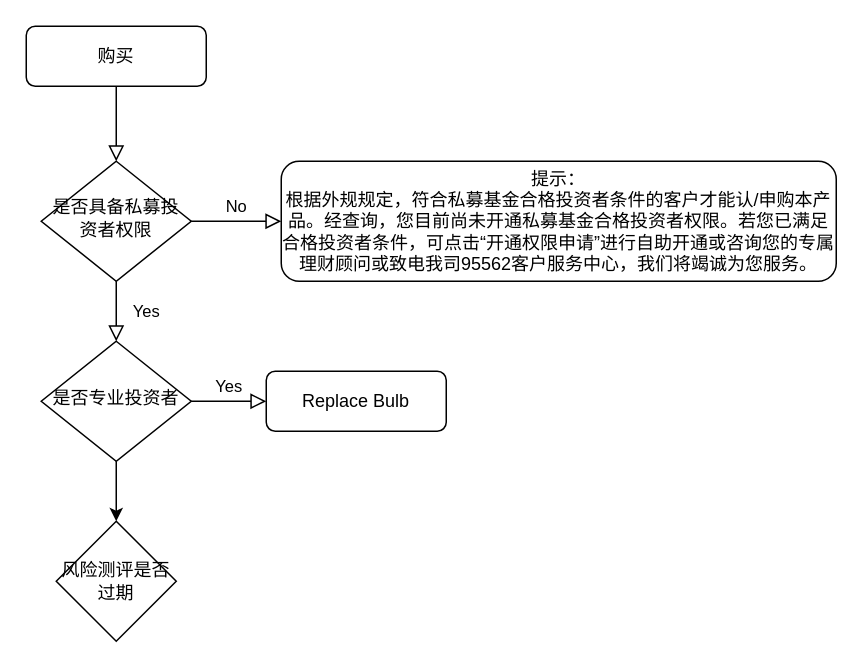
feiniao111/gallery keeps this draw.io diagram as 未命名绘图.drawio. Above is the earlier version. Source tidied: cells renumbered, new cells numbered last; positions are measured from the earlier drawing's top-left corner, leaving out a move shared by most shapes. Both pictures are drawn from the tidied source at 150%, with x=0, y=0 at pixel (26, 26).
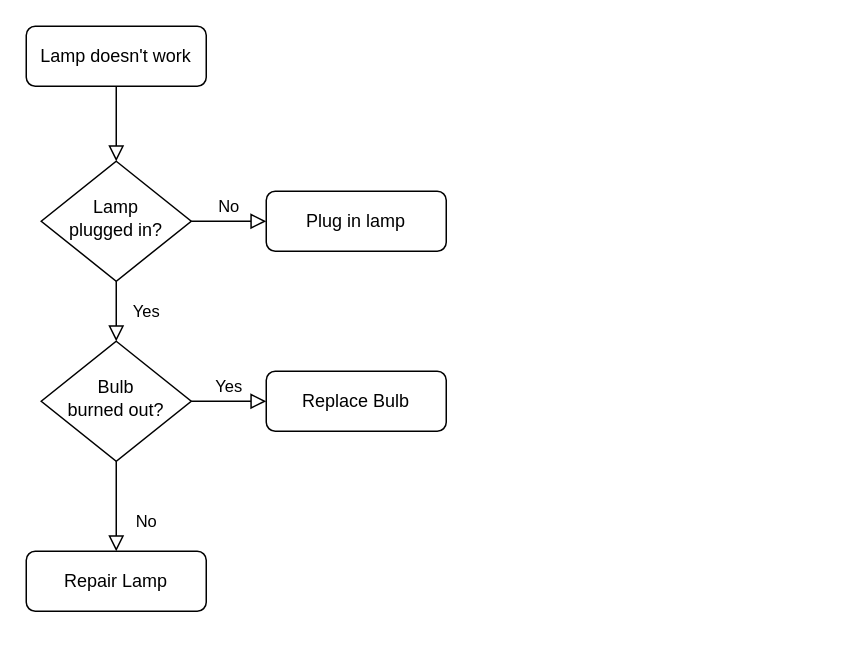
Above is the later version.

Commit message:
html文件请求流程.drawio

What changed in the source:
```diff
@@
 <mxGraphModel>
   <root>
     <mxCell id="0" />
     <mxCell id="1" parent="0" />
     <mxCell id="2" style="rounded=0;html=1;jettySize=auto;fontSize=11;endArrow=block;endFill=0;endSize=8;strokeWidth=1;shadow=0;labelBackgroundColor=none;edgeStyle=orthogonalEdgeStyle;" parent="1" edge="1" source="3" target="6">
       <mxGeometry relative="1" as="geometry" />
     </mxCell>
-    <mxCell id="3" value="购买" style="rounded=1;whiteSpace=wrap;html=1;fontSize=12;glass=0;strokeWidth=1;shadow=0;" parent="1" vertex="1">
+    <mxCell id="3" value="Lamp doesn't work" style="rounded=1;whiteSpace=wrap;html=1;fontSize=12;glass=0;strokeWidth=1;shadow=0;" parent="1" vertex="1">
       <mxGeometry width="120" height="40" as="geometry" />
     </mxCell>
     <mxCell id="4" value="Yes" style="rounded=0;html=1;jettySize=auto;fontSize=11;endArrow=block;endFill=0;endSize=8;strokeWidth=1;shadow=0;labelBackgroundColor=none;edgeStyle=orthogonalEdgeStyle;" parent="1" edge="1" source="6" target="10">
       <mxGeometry y="20" relative="1" as="geometry" />
     </mxCell>
     <mxCell id="5" value="No" style="edgeStyle=orthogonalEdgeStyle;rounded=0;html=1;jettySize=auto;fontSize=11;endArrow=block;endFill=0;endSize=8;strokeWidth=1;shadow=0;labelBackgroundColor=none;" parent="1" edge="1" source="6" target="7">
       <mxGeometry y="10" relative="1" as="geometry" />
     </mxCell>
-    <mxCell id="6" value="是否具备私募投资者权限" style="rhombus;whiteSpace=wrap;html=1;shadow=0;fontFamily=Helvetica;fontSize=12;align=center;strokeWidth=1;spacing=6;spacingTop=-4;" parent="1" vertex="1">
+    <mxCell id="6" value="Lamp&lt;br&gt;plugged in?" style="rhombus;whiteSpace=wrap;html=1;shadow=0;fontFamily=Helvetica;fontSize=12;align=center;strokeWidth=1;spacing=6;spacingTop=-4;" parent="1" vertex="1">
       <mxGeometry x="10" y="90" width="100" height="80" as="geometry" />
     </mxCell>
-    <mxCell id="7" value="提示：&lt;br&gt;根据外规规定，符合私募基金合格投资者条件的客户才能认/申购本产品。经查询，您目前尚未开通私募基金合格投资者权限。若您已满足合格投资者条件，可点击“开通权限申请”进行自助开通或咨询您的专属理财顾问或致电我司95562客户服务中心，我们将竭诚为您服务。" style="rounded=1;whiteSpace=wrap;html=1;fontSize=12;glass=0;strokeWidth=1;shadow=0;" parent="1" vertex="1">
-      <mxGeometry x="170" y="90" width="370" height="80" as="geometry" />
+    <mxCell id="7" value="Plug in lamp" style="rounded=1;whiteSpace=wrap;html=1;fontSize=12;glass=0;strokeWidth=1;shadow=0;" parent="1" vertex="1">
+      <mxGeometry x="160" y="110" width="120" height="40" as="geometry" />
     </mxCell>
+    <mxCell id="13" value="No" style="rounded=0;html=1;jettySize=auto;fontSize=11;endArrow=block;endFill=0;endSize=8;strokeWidth=1;shadow=0;labelBackgroundColor=none;edgeStyle=orthogonalEdgeStyle;" parent="1" edge="1" source="10" target="14">
+      <mxGeometry x="0.33" y="20" relative="1" as="geometry" />
+    </mxCell>
     <mxCell id="8" value="Yes" style="edgeStyle=orthogonalEdgeStyle;rounded=0;html=1;jettySize=auto;fontSize=11;endArrow=block;endFill=0;endSize=8;strokeWidth=1;shadow=0;labelBackgroundColor=none;" parent="1" edge="1" source="10" target="11">
       <mxGeometry y="10" relative="1" as="geometry" />
     </mxCell>
-    <mxCell id="9" style="edgeStyle=orthogonalEdgeStyle;rounded=0;jettySize=auto;html=1;" parent="1" edge="1" source="10" target="12">
-      <mxGeometry relative="1" as="geometry" />
-    </mxCell>
-    <mxCell id="10" value="是否专业投资者" style="rhombus;whiteSpace=wrap;html=1;shadow=0;fontFamily=Helvetica;fontSize=12;align=center;strokeWidth=1;spacing=6;spacingTop=-4;" parent="1" vertex="1">
+    <mxCell id="10" value="Bulb&lt;br&gt;burned out?" style="rhombus;whiteSpace=wrap;html=1;shadow=0;fontFamily=Helvetica;fontSize=12;align=center;strokeWidth=1;spacing=6;spacingTop=-4;" parent="1" vertex="1">
       <mxGeometry x="10" y="210" width="100" height="80" as="geometry" />
     </mxCell>
+    <mxCell id="14" value="Repair Lamp" style="rounded=1;whiteSpace=wrap;html=1;fontSize=12;glass=0;strokeWidth=1;shadow=0;" parent="1" vertex="1">
+      <mxGeometry y="350" width="120" height="40" as="geometry" />
+    </mxCell>
     <mxCell id="11" value="Replace Bulb" style="rounded=1;whiteSpace=wrap;html=1;fontSize=12;glass=0;strokeWidth=1;shadow=0;" parent="1" vertex="1">
       <mxGeometry x="160" y="230" width="120" height="40" as="geometry" />
     </mxCell>
-    <mxCell id="12" value="风险测评是否过期" style="rhombus;whiteSpace=wrap;html=1;" parent="1" vertex="1">
-      <mxGeometry x="20" y="330" width="80" height="80" as="geometry" />
-    </mxCell>
   </root>
 </mxGraphModel>
```
